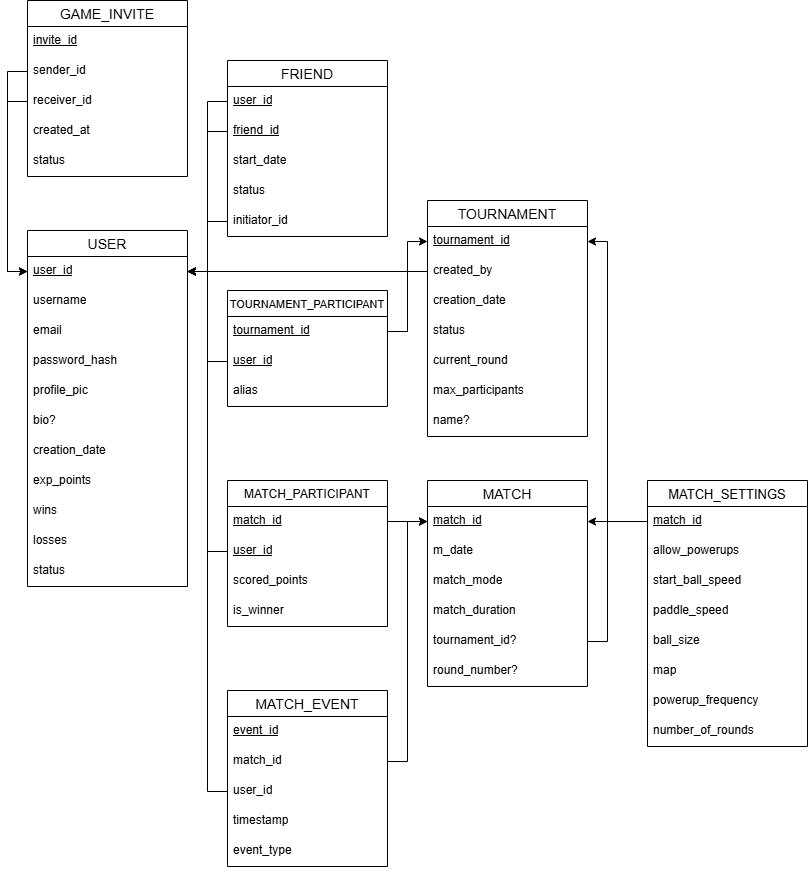
miguelsrmv/42Porto-Transcendence keeps this draw.io diagram as docs/architecture/DB_schema.png. Above is the earlier version. Source tidied: cells renumbered, new cells last; positions are measured from the earlier drawing's top-left corner, leaving out a move shared by most shapes.
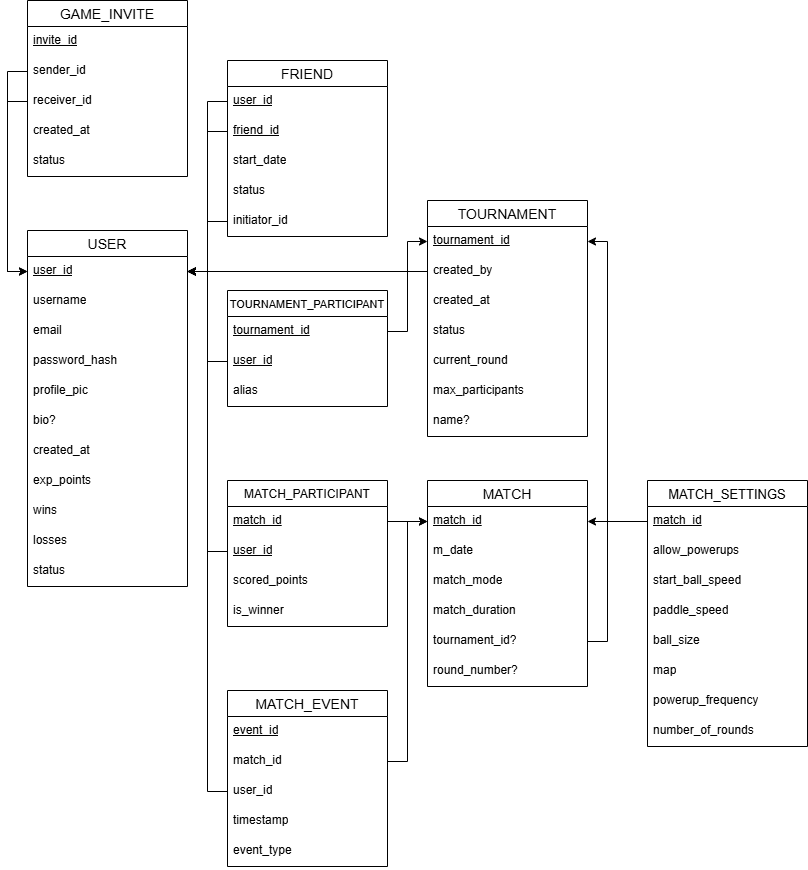
Above is the later version.

Commit message:
Refactor some attribute names

Diff of the diagram source:
```diff
@@ -23,7 +23,7 @@
     <mxCell id="8" value="bio?" style="text;strokeColor=none;fillColor=none;spacingLeft=4;spacingRight=4;overflow=hidden;fontSize=12;whiteSpace=wrap;html=1;" parent="2" vertex="1">
       <mxGeometry y="176" width="160" height="30" as="geometry" />
     </mxCell>
-    <mxCell id="9" value="creation_date" style="text;strokeColor=none;fillColor=none;spacingLeft=4;spacingRight=4;overflow=hidden;fontSize=12;whiteSpace=wrap;html=1;" parent="2" vertex="1">
+    <mxCell id="9" value="created_at" style="text;strokeColor=none;fillColor=none;spacingLeft=4;spacingRight=4;overflow=hidden;fontSize=12;whiteSpace=wrap;html=1;" parent="2" vertex="1">
       <mxGeometry y="206" width="160" height="30" as="geometry" />
     </mxCell>
     <mxCell id="10" value="exp_points" style="text;strokeColor=none;fillColor=none;spacingLeft=4;spacingRight=4;overflow=hidden;fontSize=12;whiteSpace=wrap;html=1;" parent="2" vertex="1">
@@ -47,7 +47,7 @@
     <mxCell id="16" value="created_by" style="text;strokeColor=none;fillColor=none;spacingLeft=4;spacingRight=4;overflow=hidden;points=[[0,0.5],[1,0.5]];portConstraint=eastwest;fontSize=12;whiteSpace=wrap;html=1;" parent="14" vertex="1">
       <mxGeometry y="56" width="160" height="30" as="geometry" />
     </mxCell>
-    <mxCell id="17" value="creation_date" style="text;strokeColor=none;fillColor=none;spacingLeft=4;spacingRight=4;overflow=hidden;fontSize=12;whiteSpace=wrap;html=1;" parent="14" vertex="1">
+    <mxCell id="17" value="created_at" style="text;strokeColor=none;fillColor=none;spacingLeft=4;spacingRight=4;overflow=hidden;fontSize=12;whiteSpace=wrap;html=1;" parent="14" vertex="1">
       <mxGeometry y="86" width="160" height="30" as="geometry" />
     </mxCell>
     <mxCell id="18" value="status" style="text;strokeColor=none;fillColor=none;spacingLeft=4;spacingRight=4;overflow=hidden;fontSize=12;whiteSpace=wrap;html=1;" parent="14" vertex="1">
```
